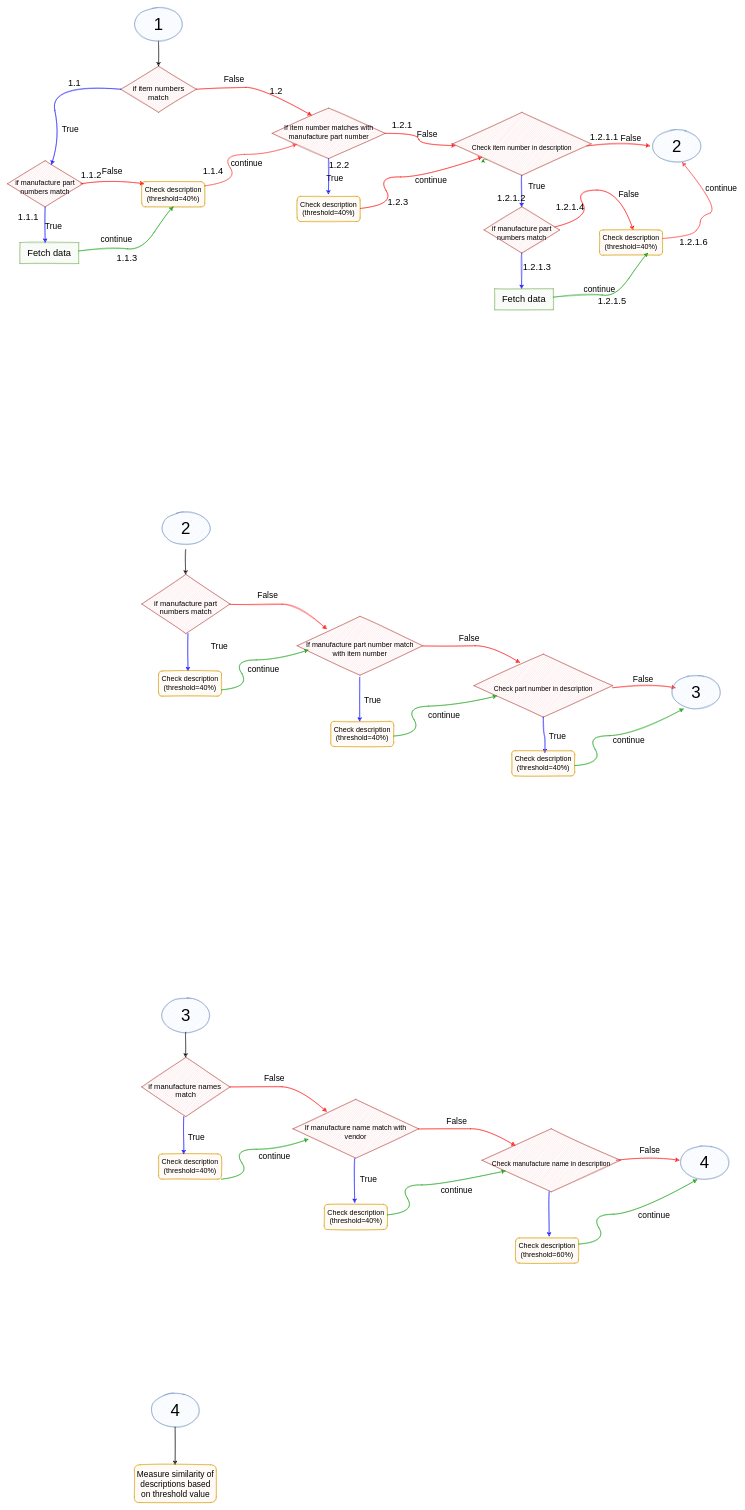
The draw.io diagram Untitled Diagram.drawio in Cavidan1999/Yandex-Translate-API, before the edit. Source tidied: cells renumbered, new cells numbered last; positions are measured from the earlier drawing's top-left corner, leaving out a move shared by most shapes. Both pictures are drawn from the tidied source at 42%, with x=0, y=0 at pixel (7, 7).
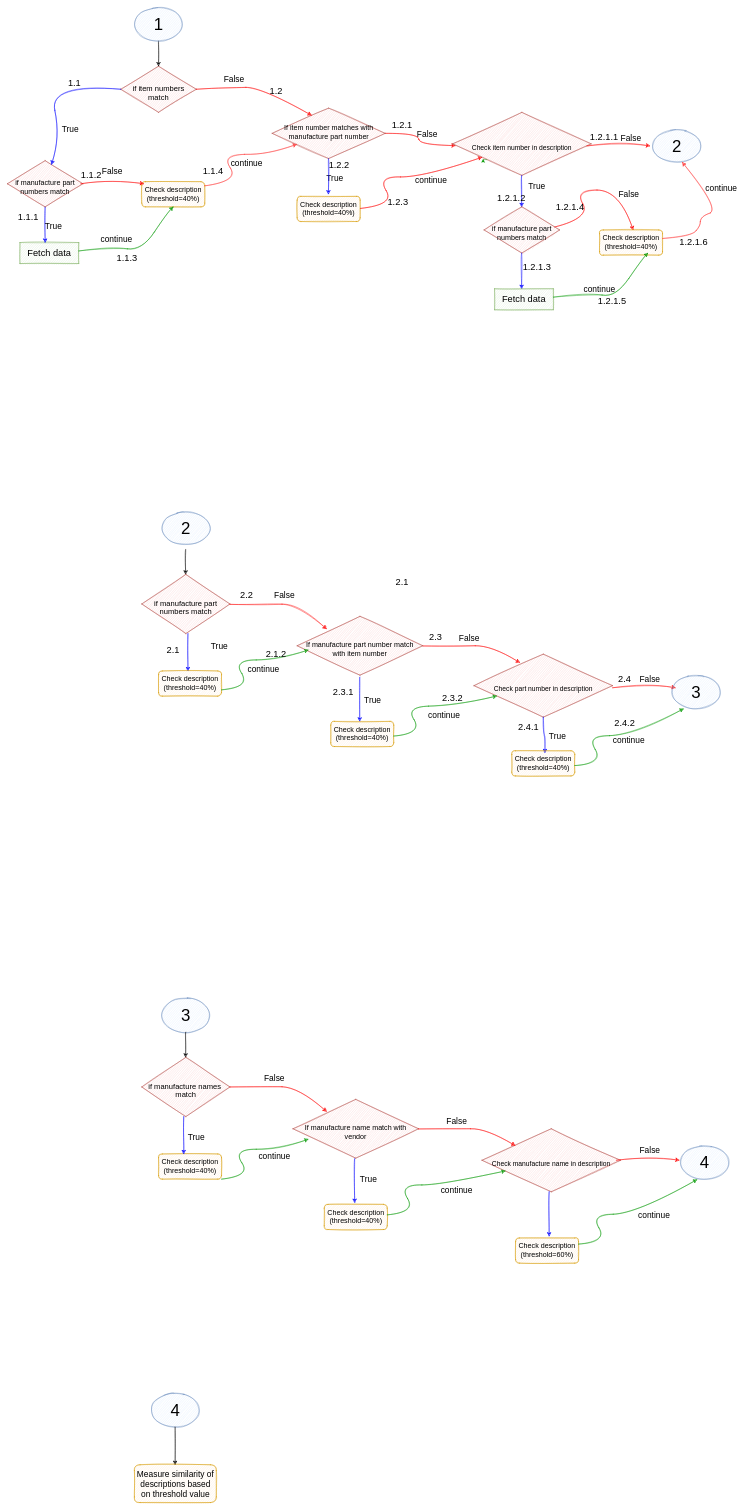
The same page after the edit.

What changed in the source:
```diff
@@
     <mxCell id="19" value="&lt;font style=&quot;font-size: 20px&quot;&gt;False&lt;/font&gt;" style="text;html=1;strokeColor=none;fillColor=none;align=center;verticalAlign=middle;whiteSpace=wrap;sketch=1;" parent="1" vertex="1">
-      <mxGeometry x="600" y="1390" width="40" height="20" as="geometry" />
+      <mxGeometry x="640" y="1390" width="40" height="20" as="geometry" />
     </mxCell>
@@
     <mxCell id="31" value="&lt;font style=&quot;font-size: 20px&quot;&gt;False&lt;/font&gt;" style="text;html=1;strokeColor=none;fillColor=none;align=center;verticalAlign=middle;whiteSpace=wrap;sketch=1;" parent="1" vertex="1">
-      <mxGeometry x="1494" y="1590" width="40" height="20" as="geometry" />
+      <mxGeometry x="1510" y="1590" width="40" height="20" as="geometry" />
     </mxCell>
@@
+    <mxCell id="117" value="&lt;font style=&quot;font-size: 22px&quot;&gt;2.2&lt;/font&gt;" style="text;html=1;strokeColor=none;fillColor=none;align=center;verticalAlign=middle;whiteSpace=wrap;rounded=0;" parent="1" vertex="1">
+      <mxGeometry x="550" y="1390" width="40" height="20" as="geometry" />
+    </mxCell>
+    <mxCell id="118" value="&lt;font style=&quot;font-size: 22px&quot;&gt;2.1&lt;/font&gt;" style="text;html=1;strokeColor=none;fillColor=none;align=center;verticalAlign=middle;whiteSpace=wrap;rounded=0;" parent="1" vertex="1">
+      <mxGeometry x="375" y="1520" width="40" height="20" as="geometry" />
+    </mxCell>
+    <mxCell id="119" value="&lt;font style=&quot;font-size: 22px&quot;&gt;2.1&lt;/font&gt;" style="text;html=1;strokeColor=none;fillColor=none;align=center;verticalAlign=middle;whiteSpace=wrap;rounded=0;" parent="1" vertex="1">
+      <mxGeometry x="920" y="1360" width="40" height="20" as="geometry" />
+    </mxCell>
+    <mxCell id="120" value="&lt;font style=&quot;font-size: 22px&quot;&gt;2.1.2&lt;/font&gt;" style="text;html=1;strokeColor=none;fillColor=none;align=center;verticalAlign=middle;whiteSpace=wrap;rounded=0;" parent="1" vertex="1">
+      <mxGeometry x="620" y="1530" width="40" height="20" as="geometry" />
+    </mxCell>
+    <mxCell id="121" value="&lt;font style=&quot;font-size: 22px&quot;&gt;2.3&lt;/font&gt;" style="text;html=1;strokeColor=none;fillColor=none;align=center;verticalAlign=middle;whiteSpace=wrap;rounded=0;" parent="1" vertex="1">
+      <mxGeometry x="1000" y="1491" width="40" height="20" as="geometry" />
+    </mxCell>
+    <mxCell id="122" value="&lt;font style=&quot;font-size: 22px&quot;&gt;2.3.1&lt;/font&gt;" style="text;html=1;strokeColor=none;fillColor=none;align=center;verticalAlign=middle;whiteSpace=wrap;rounded=0;" parent="1" vertex="1">
+      <mxGeometry x="780" y="1620" width="40" height="20" as="geometry" />
+    </mxCell>
+    <mxCell id="123" value="&lt;font style=&quot;font-size: 22px&quot;&gt;2.3.2&lt;/font&gt;" style="text;html=1;strokeColor=none;fillColor=none;align=center;verticalAlign=middle;whiteSpace=wrap;rounded=0;" parent="1" vertex="1">
+      <mxGeometry x="1040" y="1640" width="40" height="10" as="geometry" />
+    </mxCell>
+    <mxCell id="124" value="&lt;font style=&quot;font-size: 22px&quot;&gt;2.4.1&lt;/font&gt;" style="text;html=1;strokeColor=none;fillColor=none;align=center;verticalAlign=middle;whiteSpace=wrap;rounded=0;" parent="1" vertex="1">
+      <mxGeometry x="1221" y="1710" width="40" height="10" as="geometry" />
+    </mxCell>
+    <mxCell id="125" value="&lt;font style=&quot;font-size: 22px&quot;&gt;2.4&lt;/font&gt;" style="text;html=1;strokeColor=none;fillColor=none;align=center;verticalAlign=middle;whiteSpace=wrap;rounded=0;" parent="1" vertex="1">
+      <mxGeometry x="1450" y="1590" width="40" height="20" as="geometry" />
+    </mxCell>
+    <mxCell id="126" value="&lt;font style=&quot;font-size: 22px&quot;&gt;2.4.2&lt;/font&gt;" style="text;html=1;strokeColor=none;fillColor=none;align=center;verticalAlign=middle;whiteSpace=wrap;rounded=0;" parent="1" vertex="1">
+      <mxGeometry x="1450" y="1700" width="40" height="10" as="geometry" />
+    </mxCell>
```
